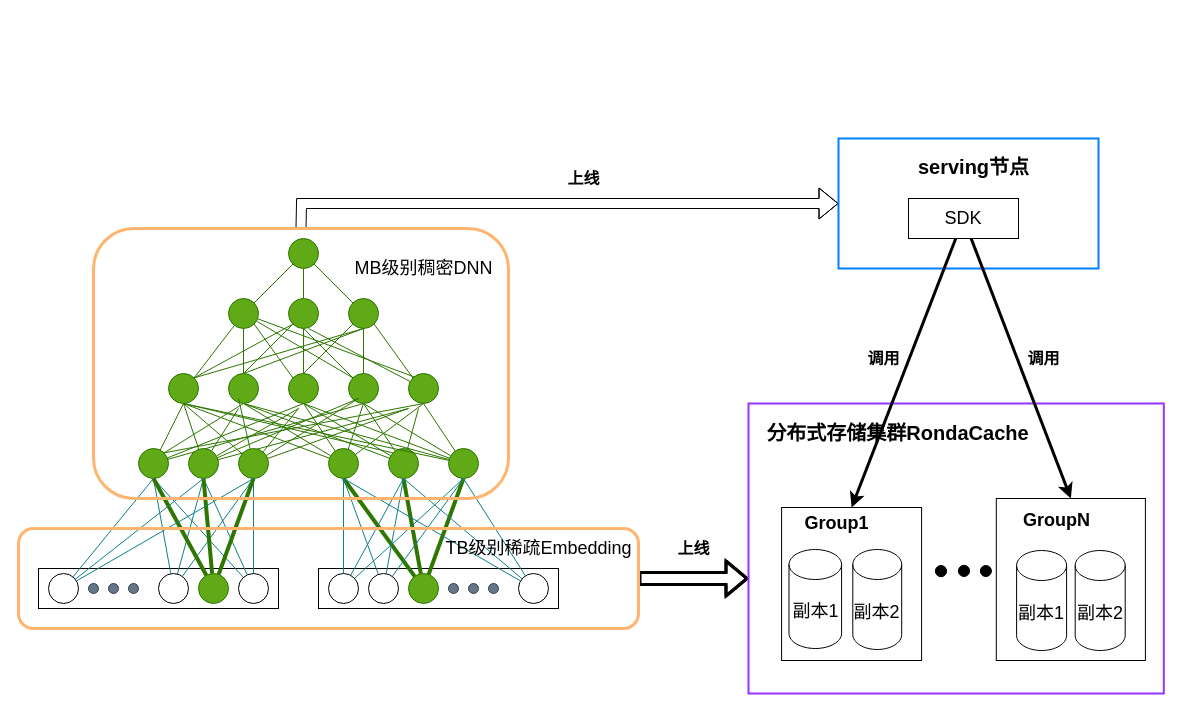
This is 无量serving存储架构图.drawio from 111qqz/2018FALL, a draw.io file, before an edit. Source tidied: cells renumbered, new cells numbered last; positions are measured from the earlier drawing's top-left corner, leaving out a move shared by most shapes. Both pictures are drawn from the tidied source at 100%, with x=0, y=0 at pixel (18, 138).
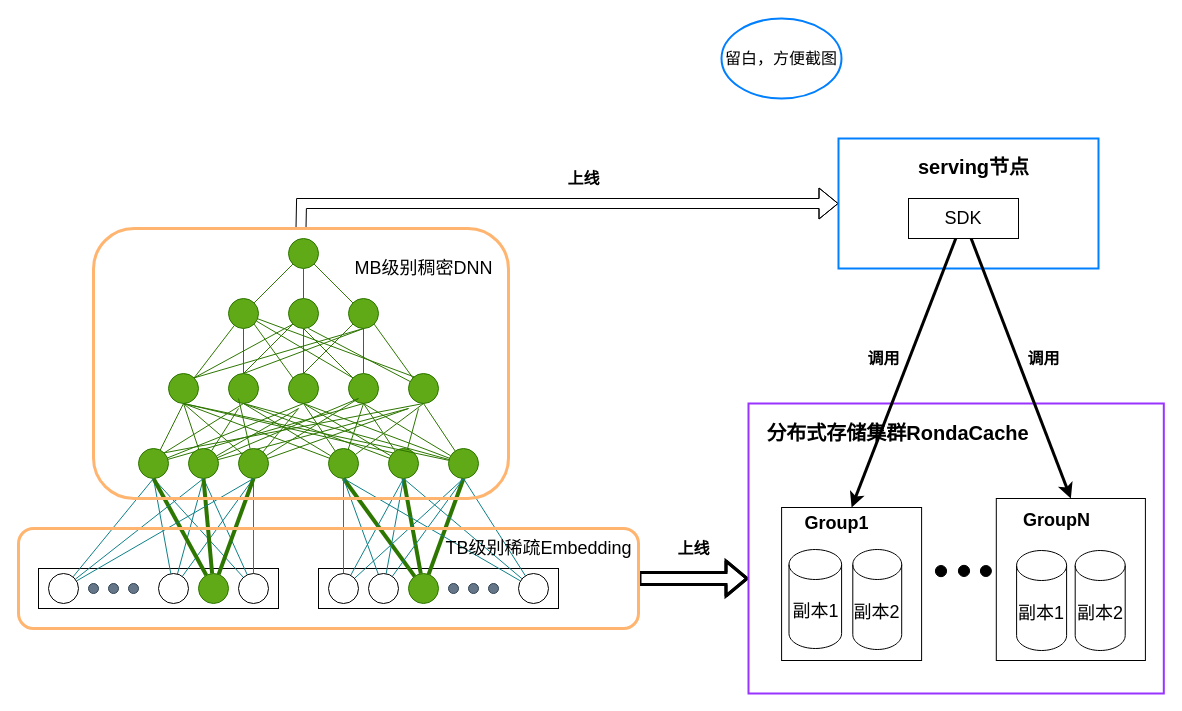
The same diagram, later.

Commit message:
增加留白，方便截图

What changed in the source:
```diff
@@
+    <mxCell id="136" value="留白，方便截图" style="ellipse;whiteSpace=wrap;html=1;fontSize=16;strokeColor=#007FFF;strokeWidth=2;" parent="1" vertex="1">
+      <mxGeometry x="703" y="-120" width="120" height="80" as="geometry" />
+    </mxCell>
```
